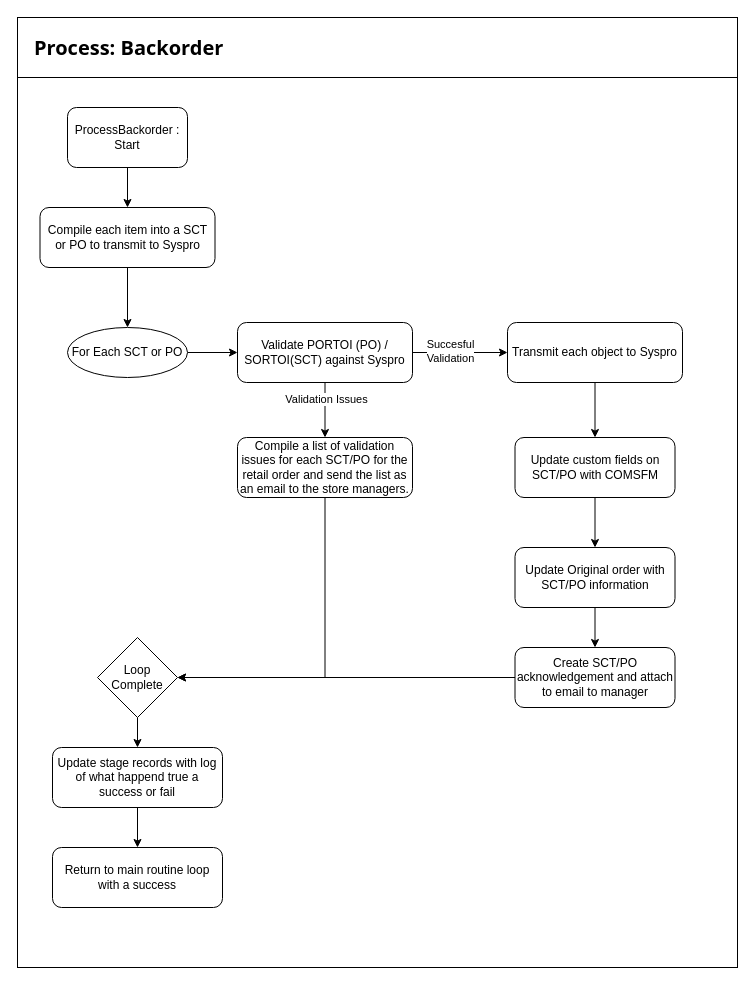
This is page "ProcessBackorder" (4 of 4) of Tickets/Normal Tickets/Ticket 32322 - SCT PO Automation/NewVersionSOHservice.drawio from DevJustinP/WIP, a draw.io file, before an edit. Source tidied: cells renumbered, new cells numbered last; positions are measured from the earlier drawing's top-left corner, leaving out a move shared by most shapes. Both pictures are drawn from the tidied source at 100%, with x=0, y=0 at pixel (17, 17).
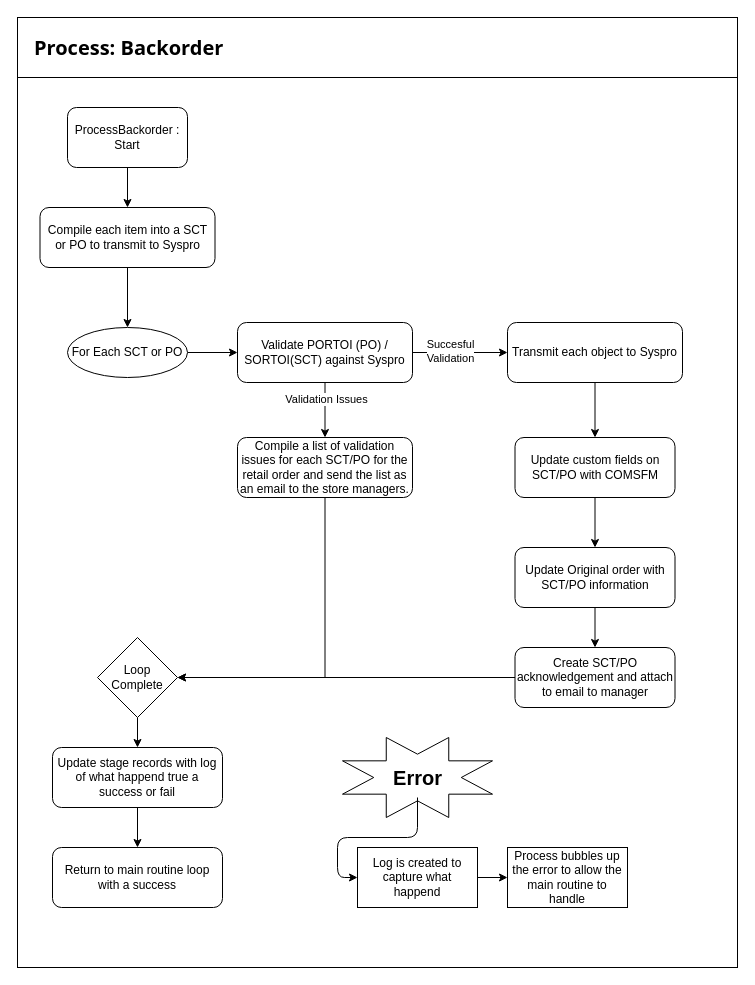
After the change.

The edit, as a diff of the source:
```diff
@@
+    <mxCell id="30" style="verticalLabelPosition=bottom;verticalAlign=top;html=1;shape=mxgraph.basic.8_point_star;" parent="1" vertex="1">
+      <mxGeometry x="325" y="720" width="150" height="80" as="geometry" />
+    </mxCell>
+    <mxCell id="31" style="edgeStyle=none;html=1;exitX=0.5;exitY=1;exitDx=0;exitDy=0;entryX=0;entryY=0.5;entryDx=0;entryDy=0;" parent="1" edge="1" source="32" target="34">
+      <mxGeometry relative="1" as="geometry">
+        <Array as="points">
+          <mxPoint x="400" y="820" />
+          <mxPoint x="320" y="820" />
+          <mxPoint x="320" y="860" />
+        </Array>
+      </mxGeometry>
+    </mxCell>
+    <mxCell id="32" value="&lt;font style=&quot;font-size: 20px;&quot;&gt;Error&lt;/font&gt;" style="text;strokeColor=none;fillColor=none;html=1;fontSize=24;fontStyle=1;verticalAlign=middle;align=center;" parent="1" vertex="1">
+      <mxGeometry x="350" y="740" width="100" height="40" as="geometry" />
+    </mxCell>
+    <mxCell id="33" style="edgeStyle=none;html=1;fontSize=20;" parent="1" edge="1" source="34" target="35">
+      <mxGeometry relative="1" as="geometry" />
+    </mxCell>
+    <mxCell id="34" value="Log is created to capture what happend" style="rounded=0;whiteSpace=wrap;html=1;" parent="1" vertex="1">
+      <mxGeometry x="340" y="830" width="120" height="60" as="geometry" />
+    </mxCell>
+    <mxCell id="35" value="Process bubbles up the error to allow the main routine to handle" style="rounded=0;whiteSpace=wrap;html=1;" parent="1" vertex="1">
+      <mxGeometry x="490" y="830" width="120" height="60" as="geometry" />
+    </mxCell>
```
